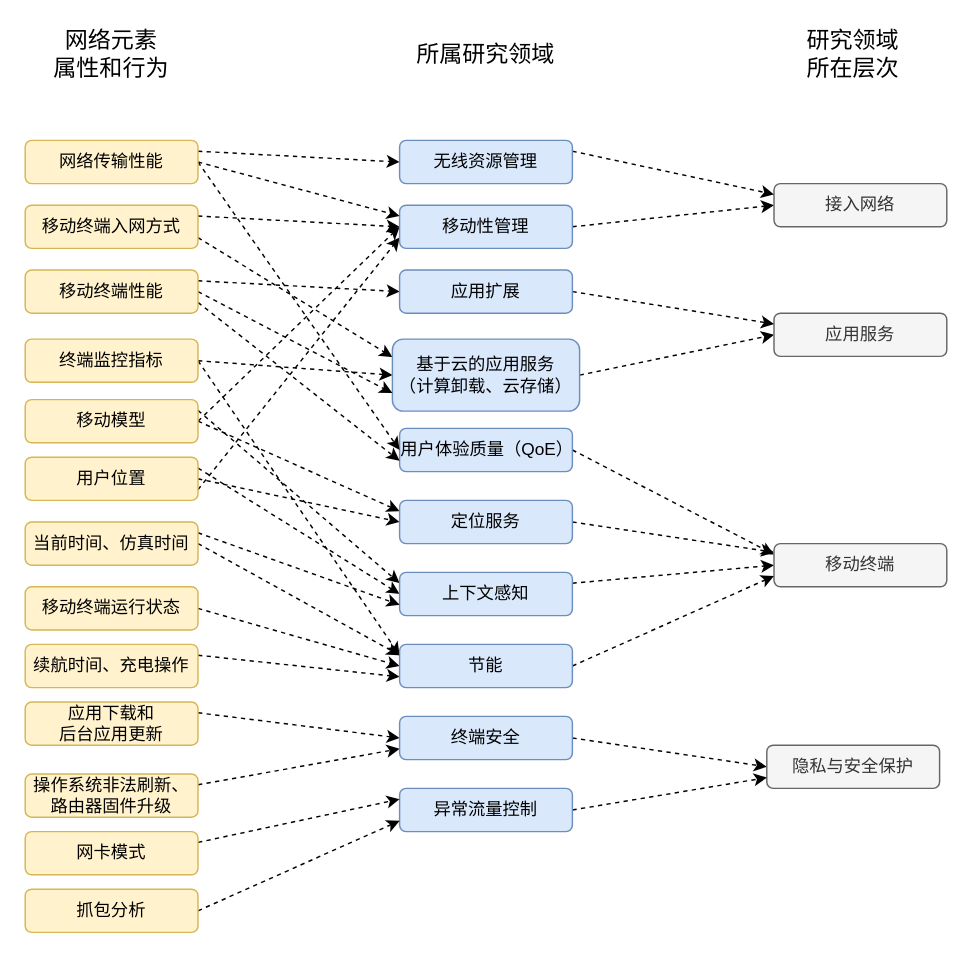
Before: 描述语言元素属性和行为所属研究领域.drawio in Icarus1994/neutron_conf, a draw.io diagram. Source tidied: cells renumbered, new cells numbered last; positions are measured from the earlier drawing's top-left corner, leaving out a move shared by most shapes. Both pictures are drawn from the tidied source at 144%, with x=0, y=0 at pixel (24, 24).
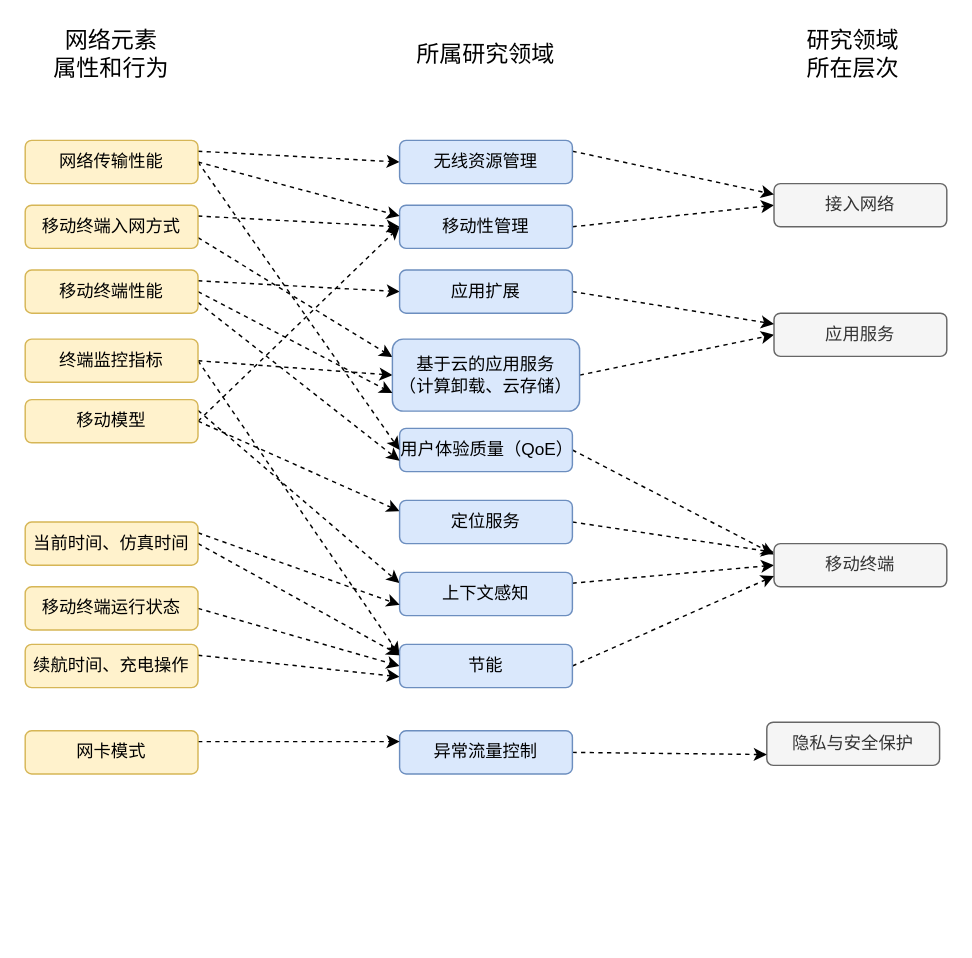
Above is the later version.

Commit message:
Update 描述语言元素属性和行为所属研究领域.drawio

The change refers to these unchanged cells:
```xml
<mxCell id="28" value="移动性管理" style="rounded=1;whiteSpace=wrap;html=1;fillColor=#dae8fc;strokeColor=#6c8ebf;" parent="1" vertex="1">
  <mxGeometry x="260" y="125" width="120" height="30" as="geometry" />
</mxCell>
<mxCell id="34" value="上下文感知" style="rounded=1;whiteSpace=wrap;html=1;fillColor=#dae8fc;strokeColor=#6c8ebf;" parent="1" vertex="1">
  <mxGeometry x="260" y="380" width="120" height="30" as="geometry" />
</mxCell>
<mxCell id="36" value="定位服务" style="rounded=1;whiteSpace=wrap;html=1;fillColor=#dae8fc;strokeColor=#6c8ebf;" parent="1" vertex="1">
  <mxGeometry x="260" y="330" width="120" height="30" as="geometry" />
</mxCell>
```

Diff of the diagram source:
```diff
@@
-    <mxCell id="8" style="edgeStyle=none;rounded=0;jettySize=auto;html=1;exitX=1;exitY=0.25;exitDx=0;exitDy=0;entryX=0;entryY=0.5;entryDx=0;entryDy=0;dashed=1;" parent="1" edge="1" source="9" target="40">
-      <mxGeometry relative="1" as="geometry" />
-    </mxCell>
-    <mxCell id="9" value="应用下载和&lt;br&gt;后台应用更新" style="rounded=1;whiteSpace=wrap;html=1;fillColor=#fff2cc;strokeColor=#d6b656;" parent="1" vertex="1">
-      <mxGeometry y="470" width="120" height="30" as="geometry" />
-    </mxCell>
-    <mxCell id="10" style="edgeStyle=none;rounded=0;jettySize=auto;html=1;exitX=1;exitY=0.25;exitDx=0;exitDy=0;dashed=1;entryX=0;entryY=0.75;entryDx=0;entryDy=0;" parent="1" edge="1" source="11" target="40">
-      <mxGeometry relative="1" as="geometry" />
-    </mxCell>
-    <mxCell id="11" value="操作系统非法刷新、路由器固件升级" style="rounded=1;whiteSpace=wrap;html=1;fillColor=#fff2cc;strokeColor=#d6b656;" parent="1" vertex="1">
-      <mxGeometry y="520" width="120" height="30" as="geometry" />
-    </mxCell>
-    <mxCell id="12" style="edgeStyle=none;rounded=0;jettySize=auto;html=1;exitX=1;exitY=0.25;exitDx=0;exitDy=0;entryX=0;entryY=0.5;entryDx=0;entryDy=0;dashed=1;" parent="1" edge="1" source="15" target="34">
-      <mxGeometry relative="1" as="geometry" />
-    </mxCell>
-    <mxCell id="13" style="edgeStyle=none;rounded=0;jettySize=auto;html=1;exitX=1;exitY=0.5;exitDx=0;exitDy=0;entryX=0;entryY=0.5;entryDx=0;entryDy=0;dashed=1;" parent="1" edge="1" source="15" target="36">
-      <mxGeometry relative="1" as="geometry" />
-    </mxCell>
-    <mxCell id="14" style="edgeStyle=none;rounded=0;jettySize=auto;html=1;exitX=1;exitY=0.75;exitDx=0;exitDy=0;entryX=0;entryY=0.75;entryDx=0;entryDy=0;dashed=1;" parent="1" edge="1" source="15" target="28">
-      <mxGeometry relative="1" as="geometry" />
-    </mxCell>
-    <mxCell id="15" value="用户位置" style="rounded=1;whiteSpace=wrap;html=1;fillColor=#fff2cc;strokeColor=#d6b656;" parent="1" vertex="1">
-      <mxGeometry y="300" width="120" height="30" as="geometry" />
-    </mxCell>
@@
-    <mxCell id="39" style="edgeStyle=none;rounded=0;jettySize=auto;html=1;exitX=1;exitY=0.5;exitDx=0;exitDy=0;entryX=0;entryY=0.5;entryDx=0;entryDy=0;dashed=1;" parent="1" edge="1" source="40" target="42">
-      <mxGeometry relative="1" as="geometry" />
-    </mxCell>
-    <mxCell id="40" value="终端安全" style="rounded=1;whiteSpace=wrap;html=1;fillColor=#dae8fc;strokeColor=#6c8ebf;" parent="1" vertex="1">
-      <mxGeometry x="260" y="480" width="120" height="30" as="geometry" />
-    </mxCell>
@@
     <mxCell id="42" value="隐私与安全保护" style="rounded=1;whiteSpace=wrap;html=1;fillColor=#f5f5f5;strokeColor=#666666;fontColor=#333333;" parent="1" vertex="1">
-      <mxGeometry x="515" y="500" width="120" height="30" as="geometry" />
+      <mxGeometry x="515" y="484" width="120" height="30" as="geometry" />
     </mxCell>
@@
     <mxCell id="61" value="异常流量控制" style="rounded=1;whiteSpace=wrap;html=1;fillColor=#dae8fc;strokeColor=#6c8ebf;" parent="1" vertex="1">
-      <mxGeometry x="260" y="530" width="120" height="30" as="geometry" />
+      <mxGeometry x="260" y="490" width="120" height="30" as="geometry" />
     </mxCell>
@@
     <mxCell id="63" value="网卡模式" style="rounded=1;whiteSpace=wrap;html=1;fillColor=#fff2cc;strokeColor=#d6b656;" parent="1" vertex="1">
-      <mxGeometry y="560" width="120" height="30" as="geometry" />
+      <mxGeometry y="490" width="120" height="30" as="geometry" />
     </mxCell>
-    <mxCell id="64" style="edgeStyle=none;rounded=0;jettySize=auto;html=1;exitX=1;exitY=0.5;exitDx=0;exitDy=0;entryX=0;entryY=0.75;entryDx=0;entryDy=0;dashed=1;" parent="1" edge="1" source="65" target="61">
-      <mxGeometry relative="1" as="geometry" />
-    </mxCell>
-    <mxCell id="65" value="抓包分析" style="rounded=1;whiteSpace=wrap;html=1;fillColor=#fff2cc;strokeColor=#d6b656;" parent="1" vertex="1">
-      <mxGeometry y="600" width="120" height="30" as="geometry" />
-    </mxCell>
```
